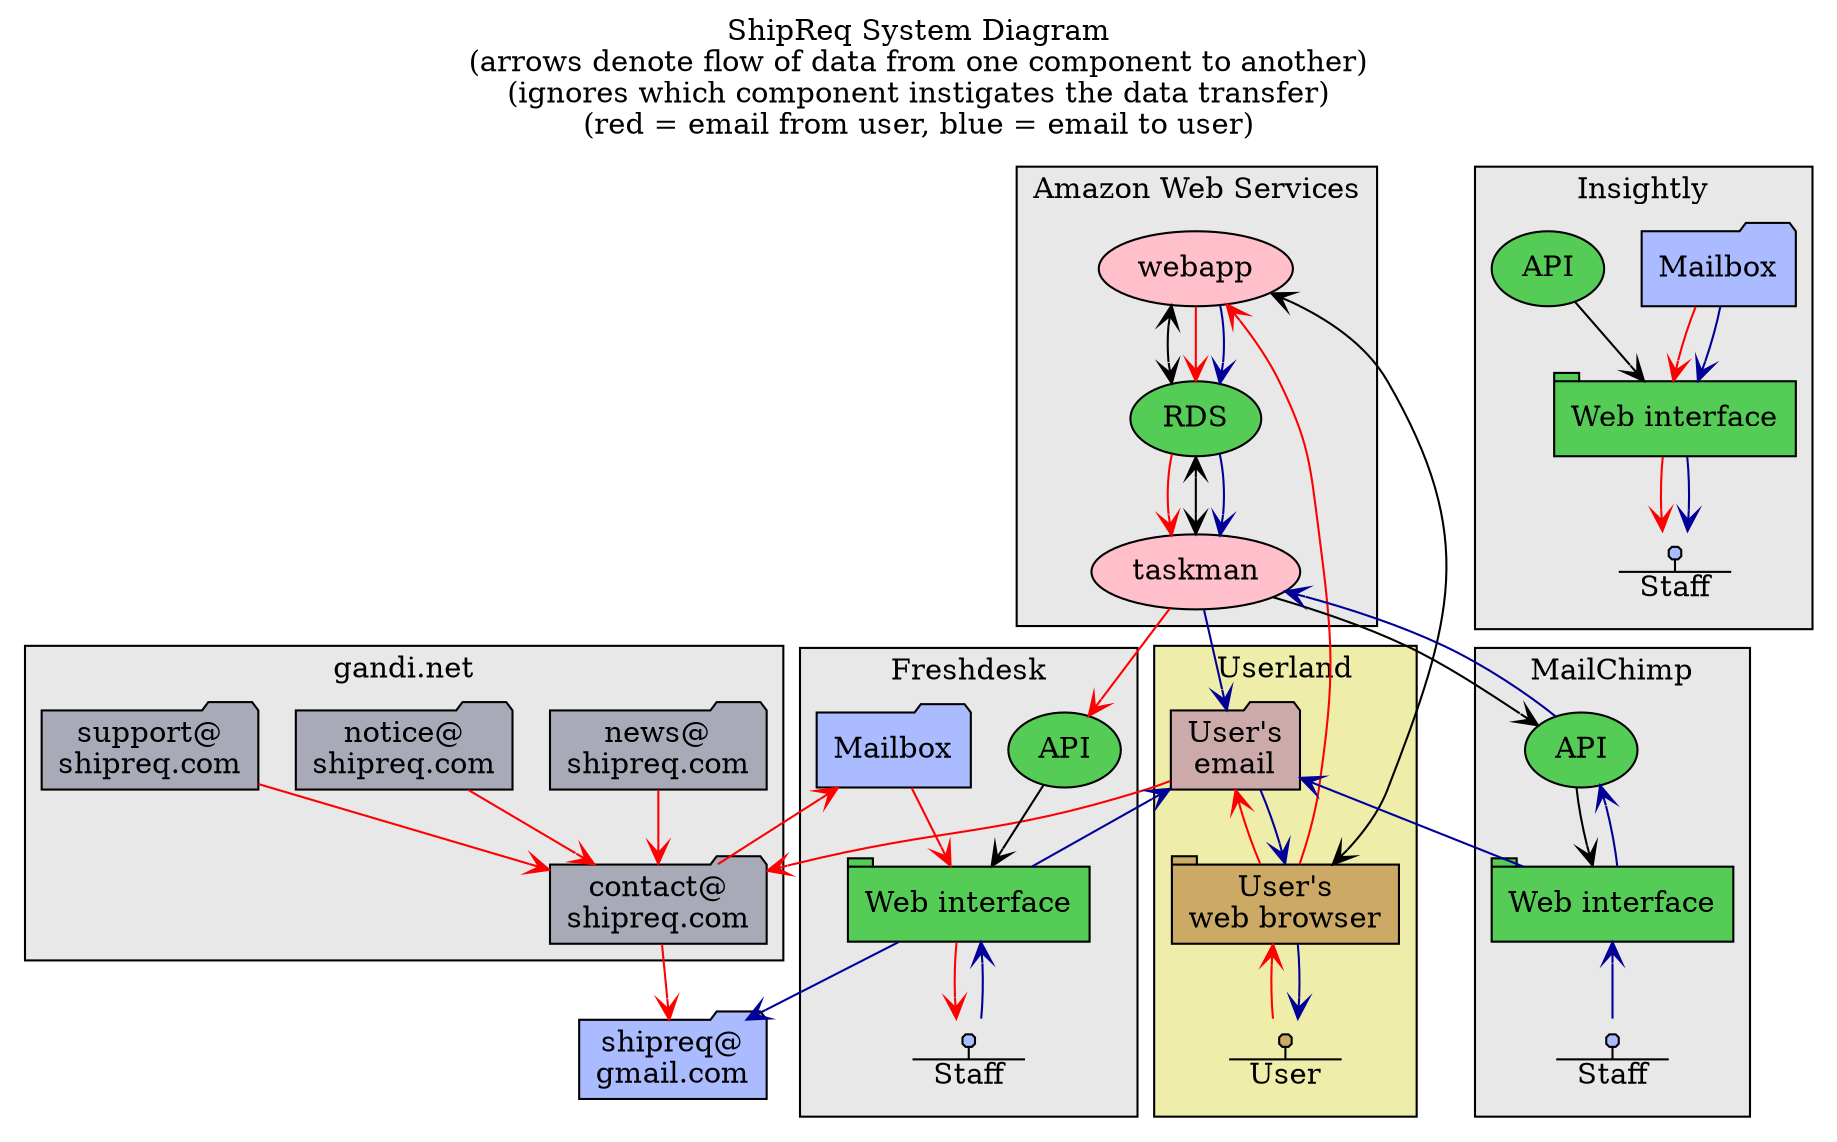
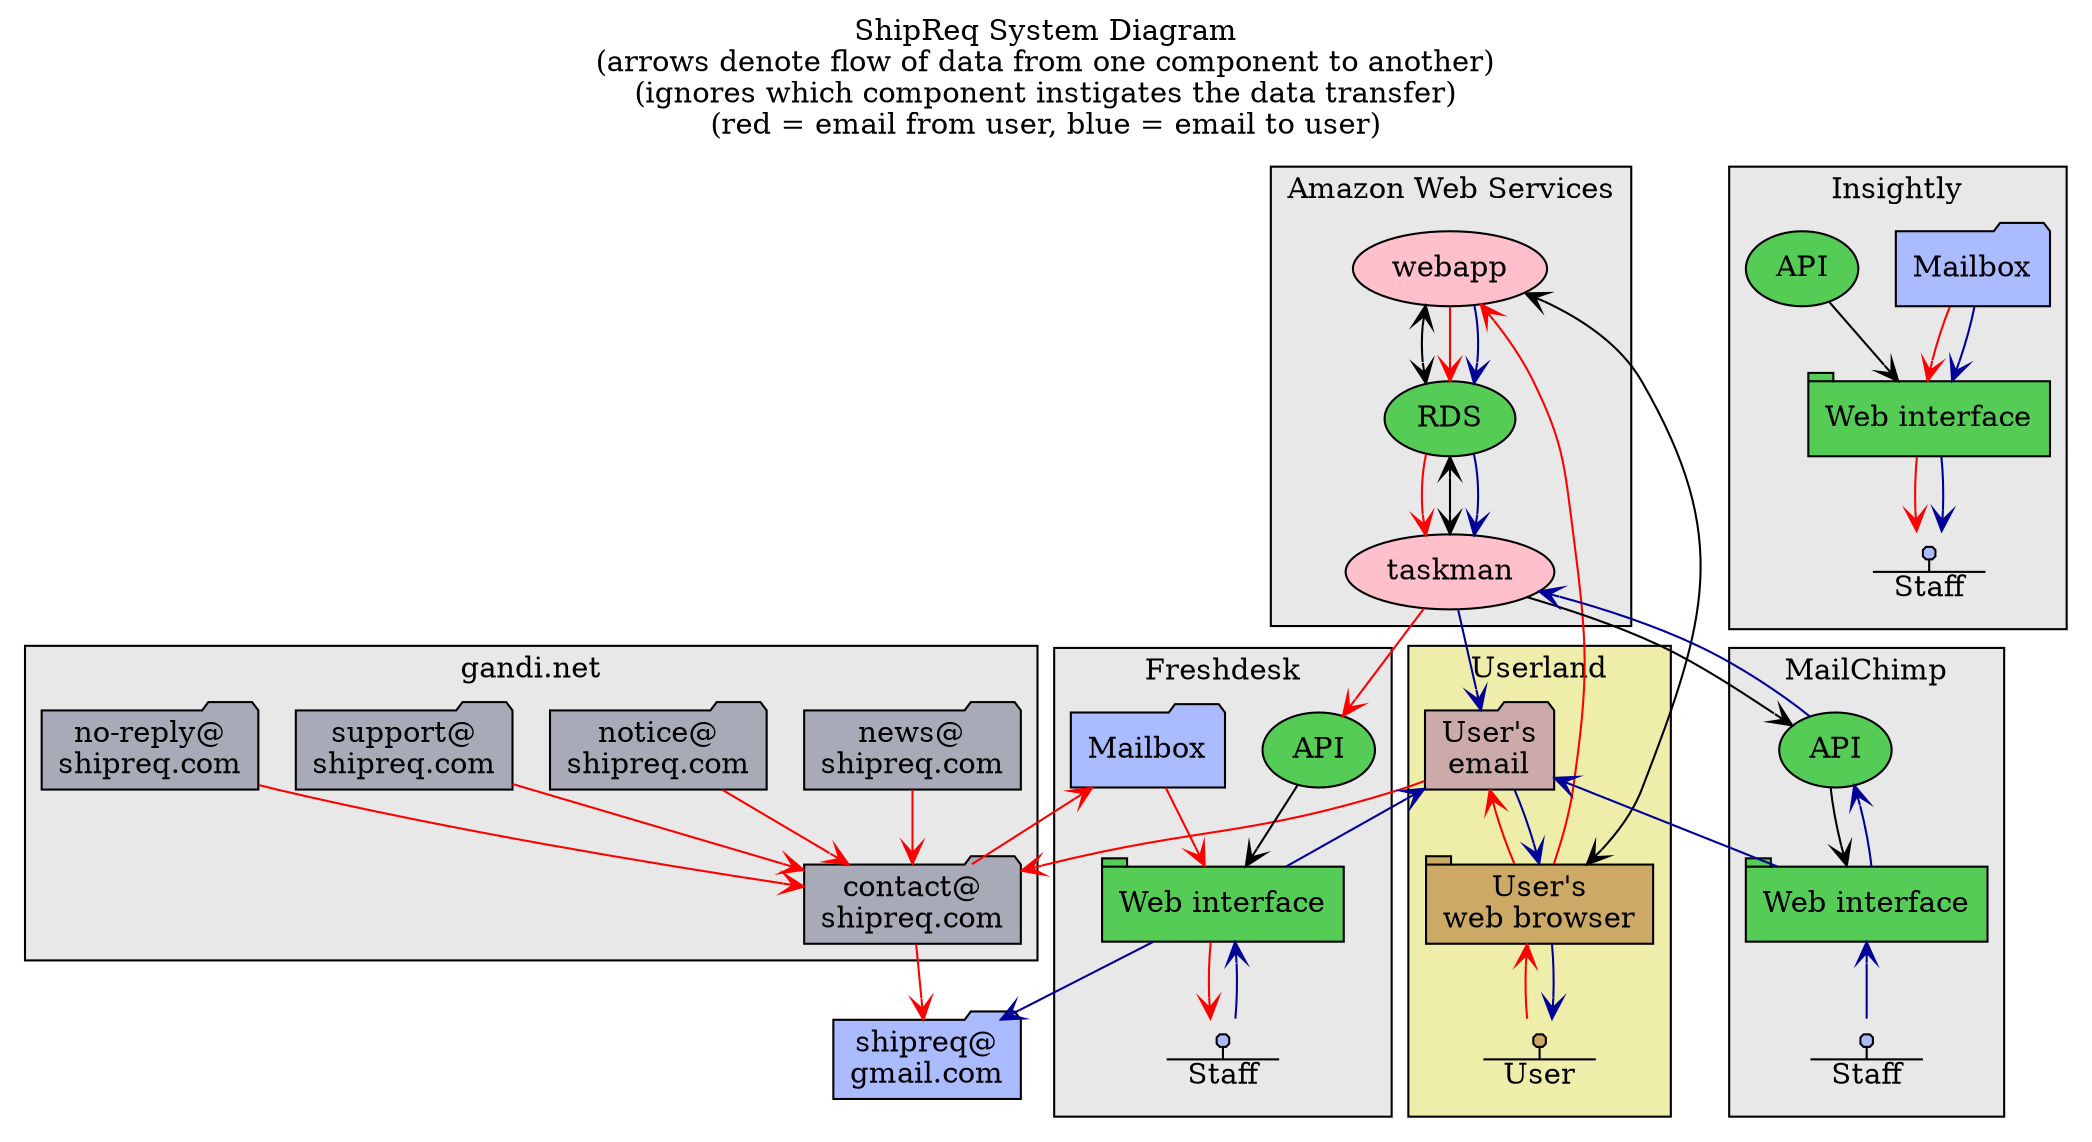
digraph G {
  compound=true
  labelloc=t
  label="ShipReq System Diagram\n(arrows denote flow of data from one component to another)\n(ignores which component instigates the data transfer)\n(red = email from user, blue = email to user)\n"
  style=filled fillcolor="#e2ffe2"
  node [style=filled fillcolor="#55cc55"]
  edge [arrowhead=vee arrowtail=vee]

  // -----------------------------------------------------------------------------------------------

  gmail [label="shipreq@\ngmail.com" shape=folder style=filled fillcolor="#aabbff"]

  subgraph cluster_usr {
    style=filled
    fillcolor="#eeeeaa"
    node [style=filled fillcolor="#ccaa66"]
    label="Userland"
    usr_web [label="User's\nweb browser" shape=tab]
    usr_mail [label="User's\nemail" shape=folder fillcolor="#ccaaaa"]
    usr [shape=proteinstab style=filled label="\nUser"]
  }

  subgraph cluster_gandi {
    fillcolor="#e8e8e8"
    label="gandi.net"
    ea_contact [label="contact@\nshipreq.com" shape=folder style=filled fillcolor="#a8aab8"]
    ea_news [label="news@\nshipreq.com" shape=folder style=filled fillcolor="#a8aab8"]
    ea_notice [label="notice@\nshipreq.com" shape=folder style=filled fillcolor="#a8aab8"]
    ea_support [label="support@\nshipreq.com" shape=folder style=filled fillcolor="#a8aab8"]
+     ea_noreply [label="no-reply@\nshipreq.com" shape=folder style=filled fillcolor="#a8aab8"]
  }

  subgraph cluster_aws {
    fillcolor="#e8e8e8"
    label="Amazon Web Services"
    aws_rds [label="RDS"]
    {node[fillcolor=pink]
      wb  [label="webapp"]
      taskman [label="taskman"]
    }
  }

  subgraph cluster_mc {
    fillcolor="#e8e8e8"
    label="MailChimp"
    mc_api [label="API"]
    mc_web [label="Web interface" shape=tab]
    mc_staff [shape=proteinstab style=filled fillcolor="#aabbff" label="\nStaff"]
  }

  subgraph cluster_fd {
    fillcolor="#e8e8e8"
    label="Freshdesk"
    fd_mail [label="Mailbox" shape=folder style=filled fillcolor="#aabbff"]
    fd_web [label="Web interface" shape=tab]
    fd_api [label="API"]
    fd_staff [shape=proteinstab style=filled fillcolor="#aabbff" label="\nStaff"]
  }

  subgraph cluster_crm {
    fillcolor="#e8e8e8"
    label="Insightly"
    crm_mail [label="Mailbox" shape=folder style=filled fillcolor="#aabbff"]
    crm_web [label="Web interface" shape=tab]
    crm_api [label="API"]
    crm_staff [shape=proteinstab style=filled fillcolor="#aabbff" label="\nStaff"]
  }

  // -----------------------------------------------------------------------------------------------

  // taskman -> crm_api [minlen=3] //[label="Push contact data\nLog MailChimp broadcasts"]

  crm_api -> crm_web
  fd_api -> fd_web
  mc_api -> mc_web
  taskman -> aws_rds [dir=both]
  taskman -> mc_api
  wb -> aws_rds [dir=both]
  wb -> usr_web [dir=both]

  // Email flows (incoming)
  {edge[color=red]
    crm_mail -> crm_web
    crm_web -> crm_staff
    ea_contact -> fd_mail
    ea_contact -> gmail
-     ea_news,ea_notice,ea_support -> ea_contact
+     ea_noreply,ea_news,ea_notice,ea_support -> ea_contact
    fd_mail -> fd_web
    fd_web -> fd_staff
    taskman -> fd_api
    usr_mail -> ea_contact
    usr_mail -> usr_web [dir=back]
    usr_web -> usr [dir=back]
    usr_web -> wb -> aws_rds -> taskman
  }

  // Email flows (outgoing)
  {edge[color="#000099"]
    crm_mail -> crm_web
    crm_web -> crm_staff
    fd_web -> fd_staff [dir=back]
    fd_web -> usr_mail,gmail
    mc_web -> mc_staff [dir=back]
    mc_web -> usr_mail
    taskman -> mc_api -> mc_web [dir=back]
    taskman -> usr_mail
    usr_mail -> usr_web
    usr_web -> usr
    wb -> aws_rds -> taskman
  }

}
